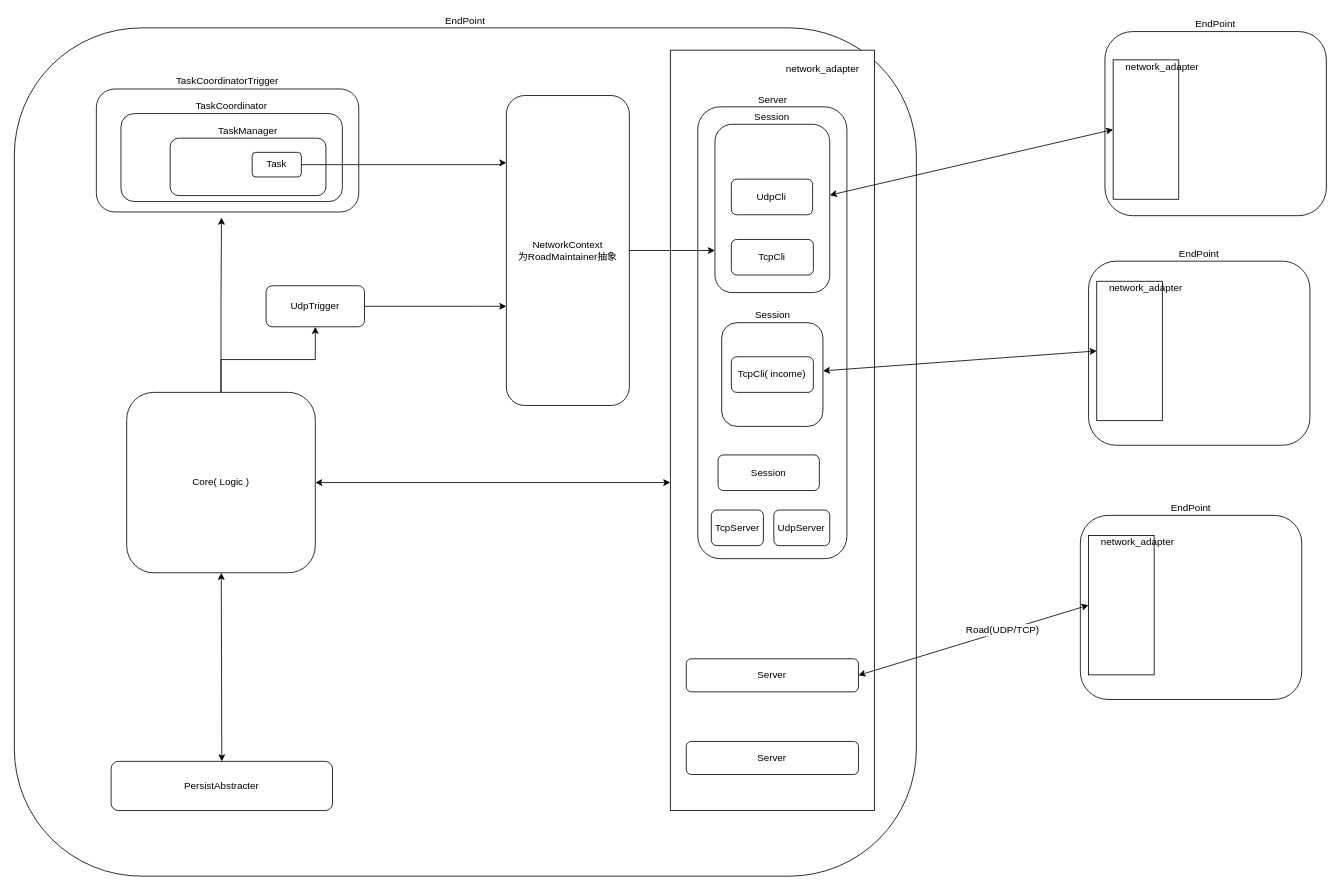
This is doc/architect.drawio from hellolutar/lan_sync_draft, a draw.io file, before an edit. Source tidied: cells renumbered, new cells numbered last; positions are measured from the earlier drawing's top-left corner, leaving out a move shared by most shapes. Both pictures are drawn from the tidied source at 82%, with x=0, y=0 at pixel (14, 27).
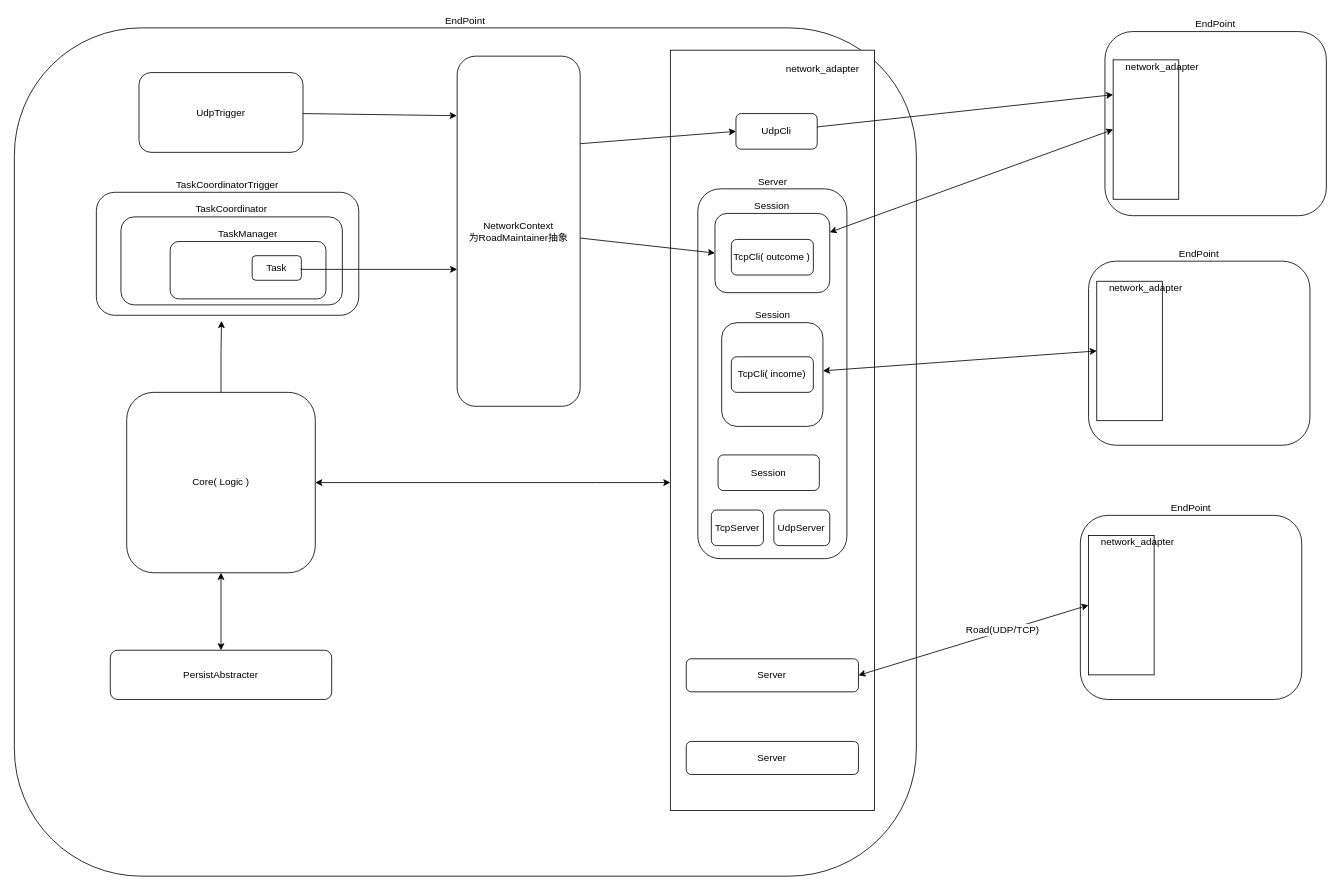
The same page after the edit.

The change refers to these unchanged cells:
```xml
<mxCell id="10" style="rounded=0;whiteSpace=wrap;html=1;" parent="9" vertex="1">
  <mxGeometry width="80" height="170" as="geometry" />
</mxCell>
<mxCell id="13" style="group;labelPosition=center;verticalLabelPosition=top;align=center;verticalAlign=bottom;" parent="1" vertex="1">
  <mxGeometry x="800" y="27.7" width="280" height="927.3" as="geometry" />
</mxCell>
<mxCell id="18" style="group;" parent="13" vertex="1">
  <mxGeometry x="33.5" y="69.1" width="181.8" height="551" as="geometry" />
</mxCell>
<mxCell id="33" value="Core( Logic )" style="rounded=1;whiteSpace=wrap;html=1;" parent="1" vertex="1">
  <mxGeometry x="137" y="445" width="230" height="220" as="geometry" />
</mxCell>
<mxCell id="48" value="Task" style="rounded=1;whiteSpace=wrap;html=1;labelPosition=center;verticalLabelPosition=middle;align=center;verticalAlign=middle;" parent="44" vertex="1">
  <mxGeometry x="190" y="77.3" width="60" height="30" as="geometry" />
</mxCell>
```

Diff of the diagram source:
```diff
@@
     <mxCell id="19" value="Server" style="rounded=1;whiteSpace=wrap;html=1;labelPosition=center;verticalLabelPosition=top;align=center;verticalAlign=bottom;" parent="18" vertex="1">
-      <mxGeometry width="181.8" height="551" as="geometry" />
+      <mxGeometry y="100" width="181.8" height="451" as="geometry" />
     </mxCell>
     <mxCell id="20" value="Session" style="rounded=1;whiteSpace=wrap;html=1;labelPosition=center;verticalLabelPosition=top;align=center;verticalAlign=bottom;" parent="18" vertex="1">
-      <mxGeometry x="20.9" y="21.3" width="140" height="205.2" as="geometry" />
+      <mxGeometry x="20.9" y="130" width="140" height="96.6" as="geometry" />
     </mxCell>
-    <mxCell id="21" value="TcpCli" style="rounded=1;whiteSpace=wrap;html=1;" parent="18" vertex="1">
+    <mxCell id="21" value="TcpCli( outcome )" style="rounded=1;whiteSpace=wrap;html=1;" parent="18" vertex="1">
       <mxGeometry x="40.9" y="161.7" width="100" height="43.4" as="geometry" />
     </mxCell>
-    <mxCell id="22" value="UdpCli" style="rounded=1;whiteSpace=wrap;html=1;" parent="18" vertex="1">
-      <mxGeometry x="40.9" y="88.2" width="99.1" height="43.4" as="geometry" />
-    </mxCell>
@@
+    <mxCell id="22" value="UdpCli" style="rounded=1;whiteSpace=wrap;html=1;" parent="13" vertex="1">
+      <mxGeometry x="80" y="77.3" width="99.1" height="43.4" as="geometry" />
+    </mxCell>
@@
-    <mxCell id="31" style="edgeStyle=orthogonalEdgeStyle;rounded=0;jettySize=auto;html=1;" parent="1" edge="1" source="33" target="43">
-      <mxGeometry relative="1" as="geometry" />
-    </mxCell>
@@
     <mxCell id="34" value="PersistAbstracter" style="rounded=1;whiteSpace=wrap;html=1;" parent="1" vertex="1">
-      <mxGeometry x="118" y="895" width="270" height="60" as="geometry" />
+      <mxGeometry x="117" y="759.5" width="270" height="60" as="geometry" />
     </mxCell>
@@
-    <mxCell id="42" style="edgeStyle=orthogonalEdgeStyle;rounded=0;jettySize=auto;html=1;" parent="1" edge="1" source="43" target="50">
-      <mxGeometry relative="1" as="geometry">
-        <Array as="points">
-          <mxPoint x="560" y="340" />
-          <mxPoint x="560" y="340" />
-        </Array>
-      </mxGeometry>
+    <mxCell id="42" style="edgeStyle=none;html=1;entryX=-0.003;entryY=0.17;entryDx=0;entryDy=0;entryPerimeter=0;" parent="1" edge="1" source="43" target="50">
+      <mxGeometry relative="1" as="geometry" />
     </mxCell>
     <mxCell id="43" value="UdpTrigger" style="rounded=1;whiteSpace=wrap;html=1;labelPosition=center;verticalLabelPosition=middle;align=center;verticalAlign=middle;" parent="1" vertex="1">
-      <mxGeometry x="307" y="315" width="120" height="50" as="geometry" />
+      <mxGeometry x="152" y="55" width="200" height="97.3" as="geometry" />
     </mxCell>
     <mxCell id="44" style="group;" parent="1" vertex="1">
-      <mxGeometry x="100" y="75" width="320" height="150" as="geometry" />
+      <mxGeometry x="100" y="201" width="320" height="150" as="geometry" />
     </mxCell>
@@
-    <mxCell id="49" style="edgeStyle=orthogonalEdgeStyle;rounded=0;jettySize=auto;html=1;entryX=0;entryY=0.75;entryDx=0;entryDy=0;" parent="1" edge="1" source="50" target="20">
+    <mxCell id="49" style="edgeStyle=none;html=1;entryX=0;entryY=0.5;entryDx=0;entryDy=0;" parent="1" edge="1" source="50" target="20">
       <mxGeometry relative="1" as="geometry" />
     </mxCell>
+    <mxCell id="53" style="edgeStyle=none;html=1;entryX=0;entryY=0.5;entryDx=0;entryDy=0;exitX=1;exitY=0.25;exitDx=0;exitDy=0;" parent="1" edge="1" source="50" target="22">
+      <mxGeometry relative="1" as="geometry" />
+    </mxCell>
     <mxCell id="50" value="NetworkContext&lt;div&gt;为RoadMaintainer抽象&lt;/div&gt;" style="rounded=1;whiteSpace=wrap;html=1;" parent="1" vertex="1">
-      <mxGeometry x="600" y="83" width="150" height="378" as="geometry" />
+      <mxGeometry x="540" y="35" width="150" height="427" as="geometry" />
     </mxCell>
@@
     <mxCell id="52" style="edgeStyle=orthogonalEdgeStyle;rounded=0;jettySize=auto;html=1;exitX=1;exitY=0.5;exitDx=0;exitDy=0;" parent="1" edge="1" source="48" target="50">
       <mxGeometry relative="1" as="geometry">
         <Array as="points">
-          <mxPoint x="595" y="167" />
-          <mxPoint x="595" y="165" />
+          <mxPoint x="350" y="295" />
         </Array>
       </mxGeometry>
     </mxCell>
+    <mxCell id="54" style="edgeStyle=none;html=1;entryX=0;entryY=0.25;entryDx=0;entryDy=0;" parent="1" edge="1" source="22" target="10">
+      <mxGeometry relative="1" as="geometry" />
+    </mxCell>
```
